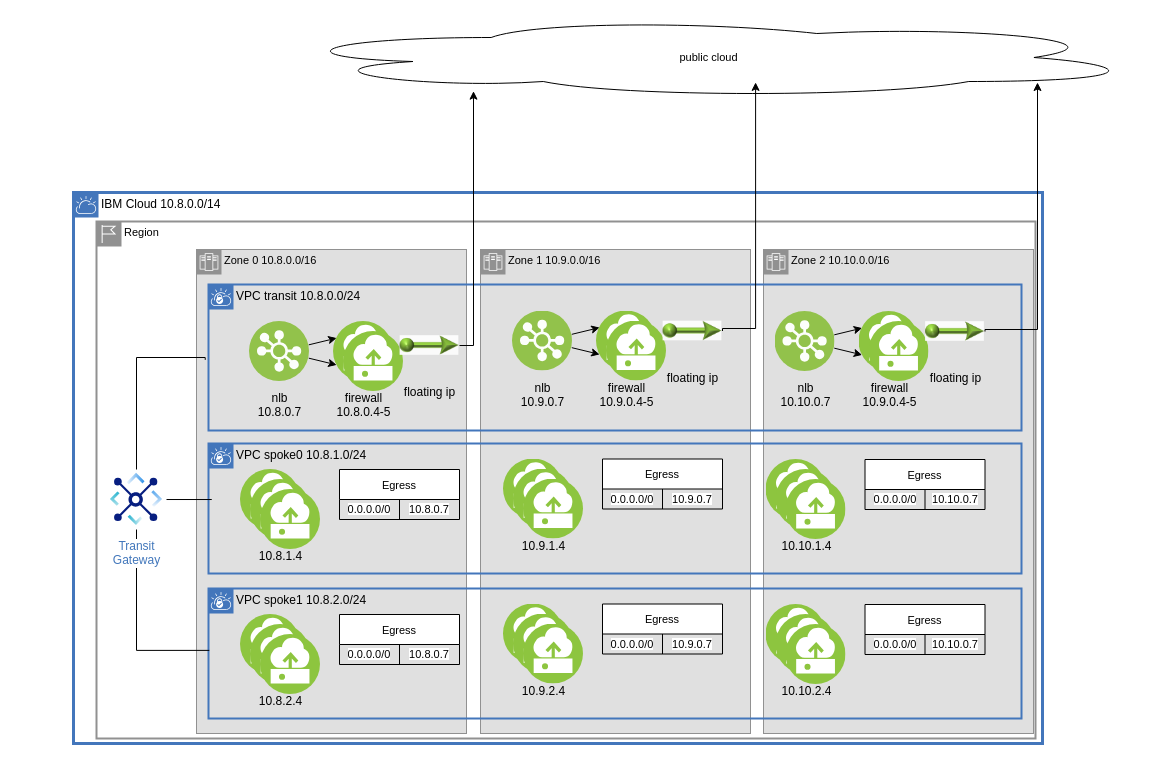
Above: page "zonal" (3 of 8) of images/firewall.drawio in IBM-Cloud/vpc-transit-firewall (draw.io), before the change. Source tidied: cells renumbered, new cells numbered last; positions are measured from the earlier drawing's top-left corner, leaving out a move shared by most shapes. Both pictures are drawn from the tidied source at 100%, with x=0, y=0 at pixel (73, 17).
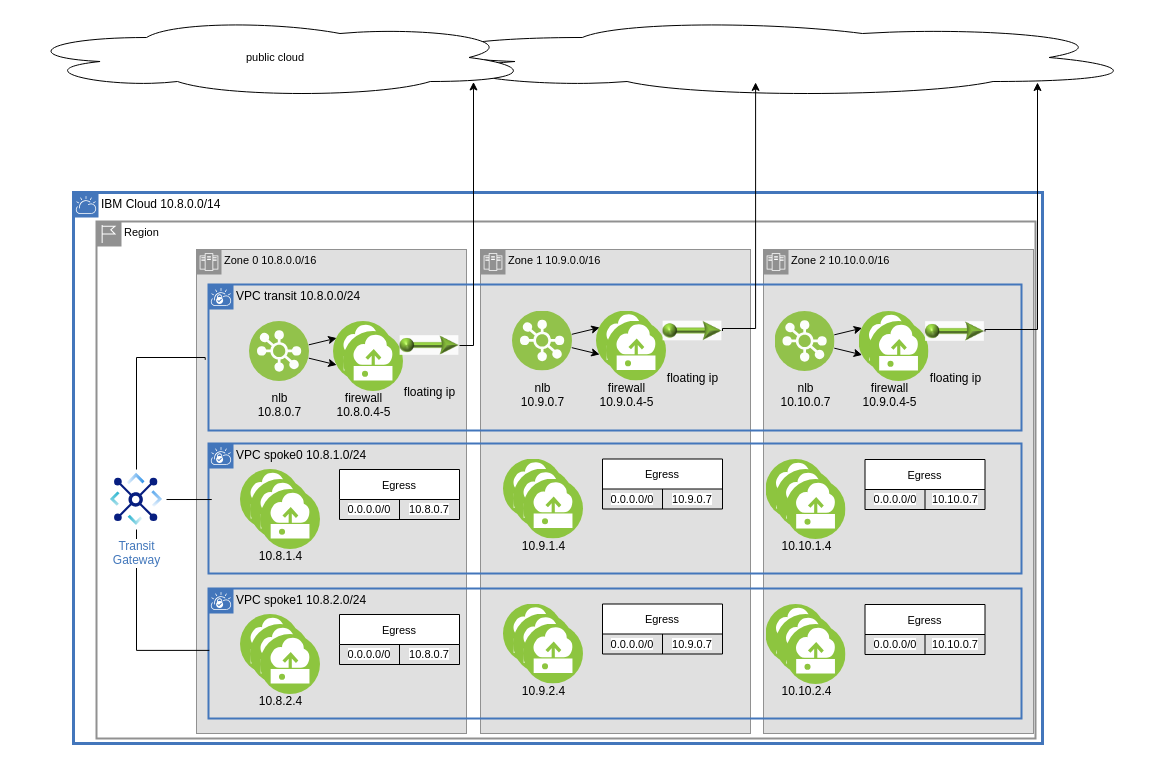
The same diagram, later.

Change to the diagram source:
```diff
@@
-    <mxCell id="34" value="public cloud" style="ellipse;shape=cloud;whiteSpace=wrap;html=1;labelBackgroundColor=none;fontFamily=Helvetica;fontSize=11;fontColor=#000000;fillColor=#FFFFFF;" parent="1" vertex="1">
-      <mxGeometry x="200.5" width="868.5" height="80" as="geometry" />
+    <mxCell id="34" style="ellipse;shape=cloud;whiteSpace=wrap;html=1;labelBackgroundColor=none;fontFamily=Helvetica;fontSize=11;fontColor=#000000;fillColor=#FFFFFF;" parent="1" vertex="1">
+      <mxGeometry x="322" width="747" height="80" as="geometry" />
     </mxCell>
@@
+    <mxCell id="78" value="public cloud" style="ellipse;shape=cloud;whiteSpace=wrap;html=1;labelBackgroundColor=none;fontFamily=Helvetica;fontSize=11;fontColor=#000000;fillColor=#FFFFFF;" parent="1" vertex="1">
+      <mxGeometry x="-56" width="516" height="80" as="geometry" />
+    </mxCell>
```
